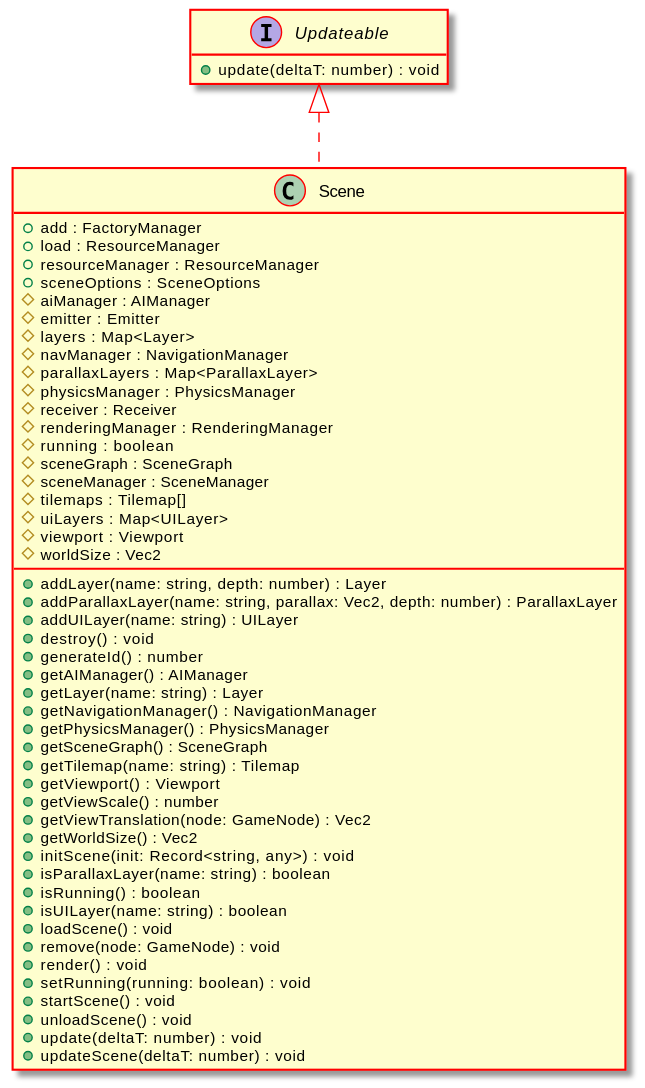
Test123938/Test2 keeps this PlantUML diagram as docs/api/assets/Scene-umlClassDiagram-6379.svg. Above is the earlier version.
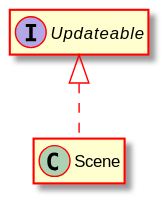
Above is the later version.

What changed in the source:
```diff
@@ -5,55 +5,8 @@
 hide empty methods
 hide empty fields
 class "Scene" {
-    +add : FactoryManager
-    +load : ResourceManager
-    +resourceManager : ResourceManager
-    +sceneOptions : SceneOptions
-    #aiManager : AIManager
-    #emitter : Emitter
-    #layers : Map<Layer>
-    #navManager : NavigationManager
-    #parallaxLayers : Map<ParallaxLayer>
-    #physicsManager : PhysicsManager
-    #receiver : Receiver
-    #renderingManager : RenderingManager
-    #running : boolean
-    #sceneGraph : SceneGraph
-    #sceneManager : SceneManager
-    #tilemaps : Tilemap[]
-    #uiLayers : Map<UILayer>
-    #viewport : Viewport
-    #worldSize : Vec2
-    +addLayer(name: string, depth: number) : Layer
-    +addParallaxLayer(name: string, parallax: Vec2, depth: number) : ParallaxLayer
-    +addUILayer(name: string) : UILayer
-    +destroy() : void
-    +generateId() : number
-    +getAIManager() : AIManager
-    +getLayer(name: string) : Layer
-    +getNavigationManager() : NavigationManager
-    +getPhysicsManager() : PhysicsManager
-    +getSceneGraph() : SceneGraph
-    +getTilemap(name: string) : Tilemap
-    +getViewport() : Viewport
-    +getViewScale() : number
-    +getViewTranslation(node: GameNode) : Vec2
-    +getWorldSize() : Vec2
-    +initScene(init: Record<string, any>) : void
-    +isParallaxLayer(name: string) : boolean
-    +isRunning() : boolean
-    +isUILayer(name: string) : boolean
-    +loadScene() : void
-    +remove(node: GameNode) : void
-    +render() : void
-    +setRunning(running: boolean) : void
-    +startScene() : void
-    +unloadScene() : void
-    +update(deltaT: number) : void
-    +updateScene(deltaT: number) : void
 }
 interface "Updateable" {
-    +update(deltaT: number) : void
 }
 "Updateable" <|.. "Scene"
 @enduml
```
